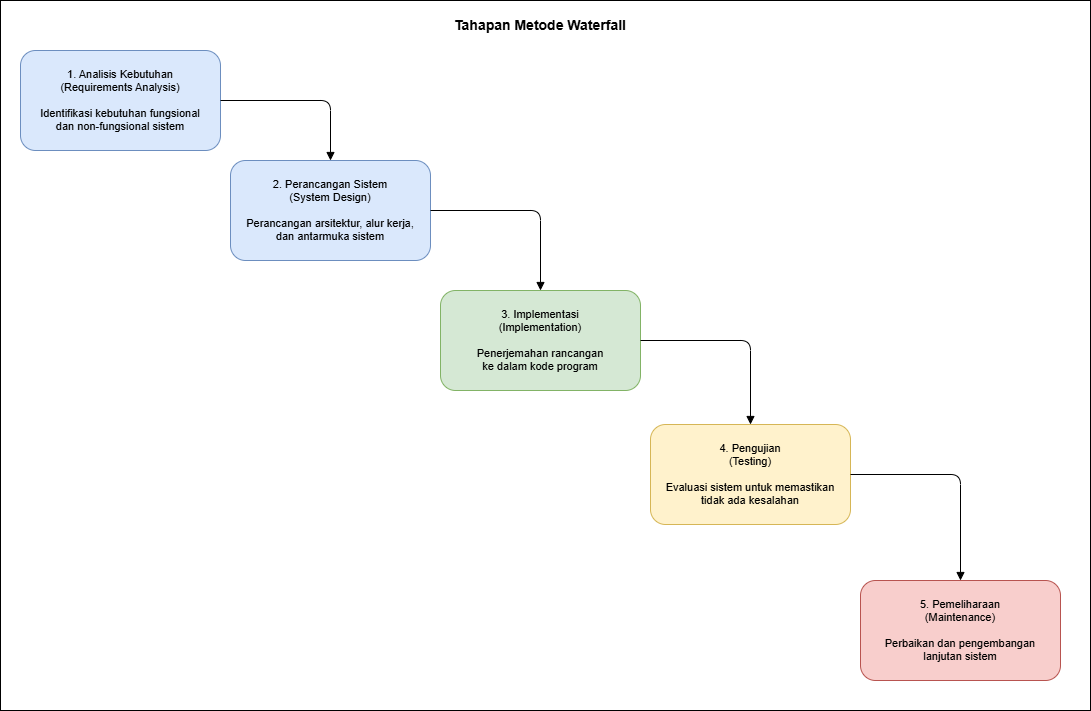
Before: diagram/waterfall_diagram.drawio.png, a diagram exported from draw.io (yusufwdn/judol-detector). Source tidied: cells renumbered, new cells last; positions are measured from the earlier drawing's top-left corner, leaving out a move shared by most shapes.
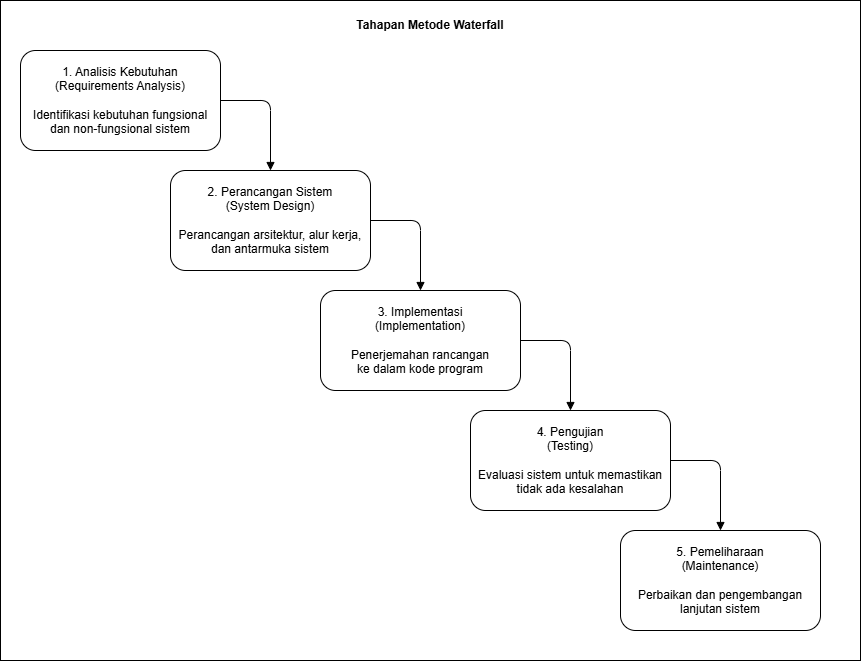
The same file after the commit.

Commit message:
refactor: documentation and diagrams for YouTube comment spam detection project

Diff of the diagram source:
```diff
@@ -2,38 +2,38 @@
   <root>
     <mxCell id="0" />
     <mxCell id="1" parent="0" />
-    <mxCell id="2" style="rounded=0;whiteSpace=wrap;html=1;" parent="1" vertex="1">
-      <mxGeometry width="1090" height="710" as="geometry" />
+    <mxCell id="2" style="rounded=0;whiteSpace=wrap;html=1;fontSize=12;" parent="1" vertex="1">
+      <mxGeometry width="860" height="660" as="geometry" />
     </mxCell>
-    <mxCell id="3" value="Tahapan Metode Waterfall" style="text;html=1;strokeColor=none;fillColor=none;align=center;verticalAlign=middle;whiteSpace=wrap;rounded=0;fontSize=14;fontStyle=1;" parent="1" vertex="1">
-      <mxGeometry x="340" y="10" width="400" height="30" as="geometry" />
+    <mxCell id="3" value="Tahapan Metode Waterfall" style="text;html=1;align=center;verticalAlign=middle;whiteSpace=wrap;rounded=0;fontSize=12;fontStyle=1;" parent="1" vertex="1">
+      <mxGeometry x="230" y="10" width="400" height="30" as="geometry" />
     </mxCell>
-    <mxCell id="4" value="1. Analisis Kebutuhan&#10;(Requirements Analysis)&#10;&#10;Identifikasi kebutuhan fungsional&#10;dan non-fungsional sistem" style="rounded=1;whiteSpace=wrap;html=1;fillColor=#dae8fc;strokeColor=#6c8ebf;fontSize=11;verticalAlign=middle;" parent="1" vertex="1">
+    <mxCell id="4" value="1. Analisis Kebutuhan&#10;(Requirements Analysis)&#10;&#10;Identifikasi kebutuhan fungsional&#10;dan non-fungsional sistem" style="rounded=1;whiteSpace=wrap;html=1;fontSize=12;verticalAlign=middle;" parent="1" vertex="1">
       <mxGeometry x="20" y="50" width="200" height="100" as="geometry" />
     </mxCell>
-    <mxCell id="5" style="edgeStyle=orthogonalEdgeStyle;endArrow=block;endFill=1;entryX=0.5;entryY=0;entryDx=0;entryDy=0;" parent="1" edge="1" source="4" target="6">
+    <mxCell id="5" style="edgeStyle=orthogonalEdgeStyle;endArrow=block;endFill=1;entryX=0.5;entryY=0;entryDx=0;entryDy=0;fontSize=12;exitX=1;exitY=0.5;exitDx=0;exitDy=0;" parent="1" edge="1" source="4" target="6">
       <mxGeometry relative="1" as="geometry" />
     </mxCell>
-    <mxCell id="6" value="2. Perancangan Sistem&#10;(System Design)&#10;&#10;Perancangan arsitektur, alur kerja,&#10;dan antarmuka sistem" style="rounded=1;whiteSpace=wrap;html=1;fillColor=#dae8fc;strokeColor=#6c8ebf;fontSize=11;verticalAlign=middle;" parent="1" vertex="1">
-      <mxGeometry x="230" y="160" width="200" height="100" as="geometry" />
+    <mxCell id="6" value="2. Perancangan Sistem&#10;(System Design)&#10;&#10;Perancangan arsitektur, alur kerja,&#10;dan antarmuka sistem" style="rounded=1;whiteSpace=wrap;html=1;fontSize=12;verticalAlign=middle;" parent="1" vertex="1">
+      <mxGeometry x="170" y="170" width="200" height="100" as="geometry" />
     </mxCell>
-    <mxCell id="7" style="edgeStyle=orthogonalEdgeStyle;endArrow=block;endFill=1;" parent="1" edge="1" source="6" target="8">
+    <mxCell id="7" style="edgeStyle=orthogonalEdgeStyle;endArrow=block;endFill=1;fontSize=12;exitX=1;exitY=0.5;exitDx=0;exitDy=0;" parent="1" edge="1" source="6" target="8">
       <mxGeometry relative="1" as="geometry" />
     </mxCell>
-    <mxCell id="8" value="3. Implementasi&#10;(Implementation)&#10;&#10;Penerjemahan rancangan&#10;ke dalam kode program" style="rounded=1;whiteSpace=wrap;html=1;fillColor=#d5e8d4;strokeColor=#82b366;fontSize=11;verticalAlign=middle;" parent="1" vertex="1">
-      <mxGeometry x="440" y="290" width="200" height="100" as="geometry" />
+    <mxCell id="8" value="3. Implementasi&#10;(Implementation)&#10;&#10;Penerjemahan rancangan&#10;ke dalam kode program" style="rounded=1;whiteSpace=wrap;html=1;fontSize=12;verticalAlign=middle;" parent="1" vertex="1">
+      <mxGeometry x="320" y="290" width="200" height="100" as="geometry" />
     </mxCell>
-    <mxCell id="9" style="edgeStyle=orthogonalEdgeStyle;endArrow=block;endFill=1;" parent="1" edge="1" source="8" target="10">
+    <mxCell id="9" style="edgeStyle=orthogonalEdgeStyle;endArrow=block;endFill=1;fontSize=12;exitX=1;exitY=0.5;exitDx=0;exitDy=0;" parent="1" edge="1" source="8" target="10">
       <mxGeometry relative="1" as="geometry" />
     </mxCell>
-    <mxCell id="10" value="4. Pengujian&#10;(Testing)&#10;&#10;Evaluasi sistem untuk memastikan&#10;tidak ada kesalahan" style="rounded=1;whiteSpace=wrap;html=1;fillColor=#fff2cc;strokeColor=#d6b656;fontSize=11;verticalAlign=middle;" parent="1" vertex="1">
-      <mxGeometry x="650" y="424" width="200" height="100" as="geometry" />
+    <mxCell id="10" value="4. Pengujian&#10;(Testing)&#10;&#10;Evaluasi sistem untuk memastikan&#10;tidak ada kesalahan" style="rounded=1;whiteSpace=wrap;html=1;fontSize=12;verticalAlign=middle;" parent="1" vertex="1">
+      <mxGeometry x="470" y="410" width="200" height="100" as="geometry" />
     </mxCell>
-    <mxCell id="11" style="edgeStyle=orthogonalEdgeStyle;endArrow=block;endFill=1;" parent="1" edge="1" source="10" target="12">
+    <mxCell id="11" style="edgeStyle=orthogonalEdgeStyle;endArrow=block;endFill=1;fontSize=12;exitX=1;exitY=0.5;exitDx=0;exitDy=0;" parent="1" edge="1" source="10" target="12">
       <mxGeometry relative="1" as="geometry" />
     </mxCell>
-    <mxCell id="12" value="5. Pemeliharaan&#10;(Maintenance)&#10;&#10;Perbaikan dan pengembangan&#10;lanjutan sistem" style="rounded=1;whiteSpace=wrap;html=1;fillColor=#f8cecc;strokeColor=#b85450;fontSize=11;verticalAlign=middle;" parent="1" vertex="1">
-      <mxGeometry x="860" y="580" width="200" height="100" as="geometry" />
+    <mxCell id="12" value="5. Pemeliharaan&#10;(Maintenance)&#10;&#10;Perbaikan dan pengembangan&#10;lanjutan sistem" style="rounded=1;whiteSpace=wrap;html=1;fontSize=12;verticalAlign=middle;" parent="1" vertex="1">
+      <mxGeometry x="620" y="530" width="200" height="100" as="geometry" />
     </mxCell>
   </root>
 </mxGraphModel>
```
